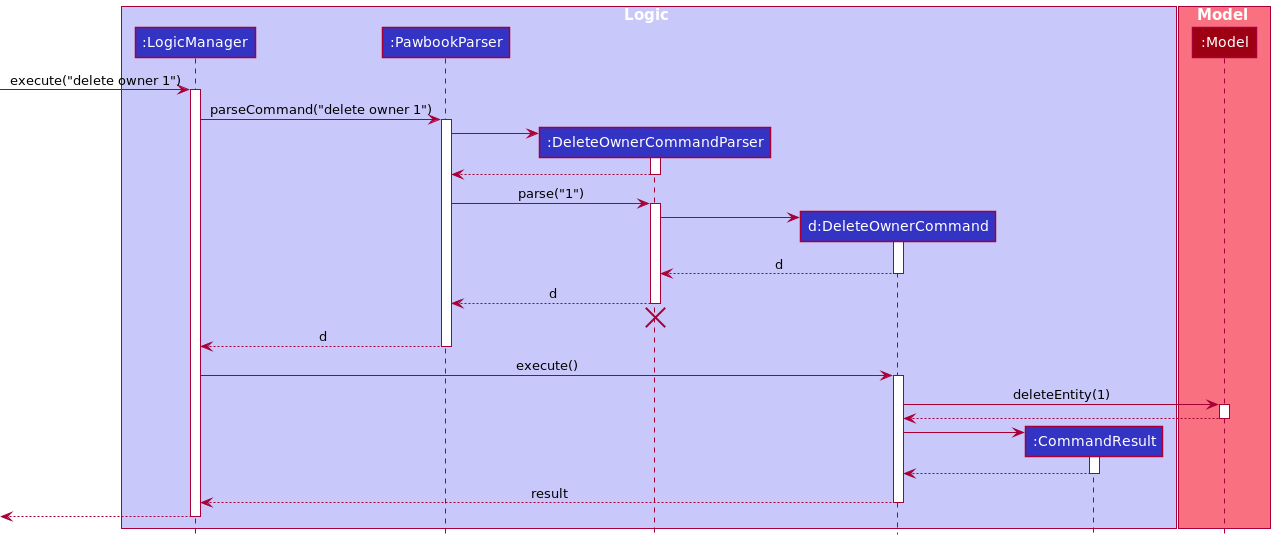
Earlier version of the PlantUML export docs/images/DeleteSequenceDiagram.png (nus-cs2103-AY2021S2/tp).
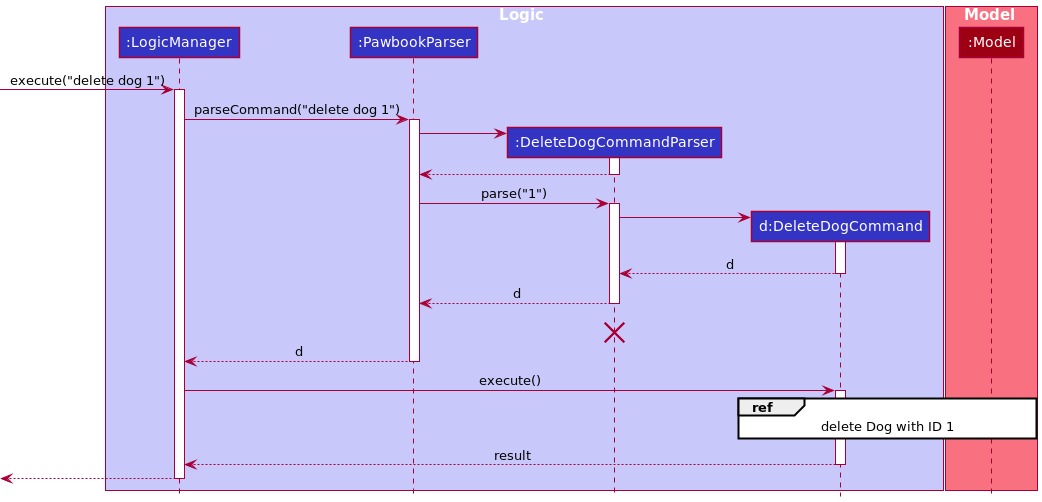
After the commit.

Change to the diagram source:
```diff
@@ -1,68 +1,44 @@
 @startuml
 !include style.puml
+
+autoactivate on
 
 box Logic LOGIC_COLOR_T1
 participant ":LogicManager" as LogicManager LOGIC_COLOR
 participant ":PawbookParser" as PawbookParser LOGIC_COLOR
-participant ":DeleteOwnerCommandParser" as DeleteOwnerCommandParser LOGIC_COLOR
-participant "d:DeleteOwnerCommand" as DeleteOwnerCommand LOGIC_COLOR
-participant ":CommandResult" as CommandResult LOGIC_COLOR
+participant ":DeleteDogCommandParser" as DeleteDogCommandParser LOGIC_COLOR
+participant "d:DeleteDogCommand" as DeleteDogCommand LOGIC_COLOR
 end box
 
 box Model MODEL_COLOR_T1
 participant ":Model" as Model MODEL_COLOR
 end box
 
-[-> LogicManager : execute("delete owner 1")
-activate LogicManager
+[-> LogicManager : execute("delete dog 1")
+LogicManager -> PawbookParser : parseCommand("delete dog 1")
 
-LogicManager -> PawbookParser : parseCommand("delete owner 1")
-activate PawbookParser
+create DeleteDogCommandParser
+PawbookParser -> DeleteDogCommandParser
+return
 
-create DeleteOwnerCommandParser
-PawbookParser -> DeleteOwnerCommandParser
-activate DeleteOwnerCommandParser
+PawbookParser -> DeleteDogCommandParser : parse("1")
 
-DeleteOwnerCommandParser --> PawbookParser
-deactivate DeleteOwnerCommandParser
+create DeleteDogCommand
+DeleteDogCommandParser -> DeleteDogCommand
+return d
 
-PawbookParser -> DeleteOwnerCommandParser : parse("1")
-activate DeleteOwnerCommandParser
+return d
 
-create DeleteOwnerCommand
-DeleteOwnerCommandParser -> DeleteOwnerCommand
-activate DeleteOwnerCommand
+PawbookParser -[hidden]-> DeleteDogCommandParser  !! : delete
+destroy DeleteDogCommandParser
 
-DeleteOwnerCommand --> DeleteOwnerCommandParser : d
-deactivate DeleteOwnerCommand
+return d
 
-DeleteOwnerCommandParser --> PawbookParser : d
-deactivate DeleteOwnerCommandParser
-DeleteOwnerCommandParser -[hidden]-> PawbookParser
-destroy DeleteOwnerCommandParser
+LogicManager -> DeleteDogCommand : execute()
 
-PawbookParser --> LogicManager : d
-deactivate PawbookParser
+ref over DeleteDogCommand, Model : delete Dog with ID 1
 
-LogicManager -> DeleteOwnerCommand : execute()
-activate DeleteOwnerCommand
+return result
 
-DeleteOwnerCommand -> Model : deleteEntity(1)
-activate Model
-
-Model --> DeleteOwnerCommand
-deactivate Model
-
-create CommandResult
-DeleteOwnerCommand -> CommandResult
-activate CommandResult
-
-CommandResult --> DeleteOwnerCommand
-deactivate CommandResult
-
-DeleteOwnerCommand --> LogicManager : result
-deactivate DeleteOwnerCommand
-
-[<--LogicManager
-deactivate LogicManager
+return
 @enduml
```
